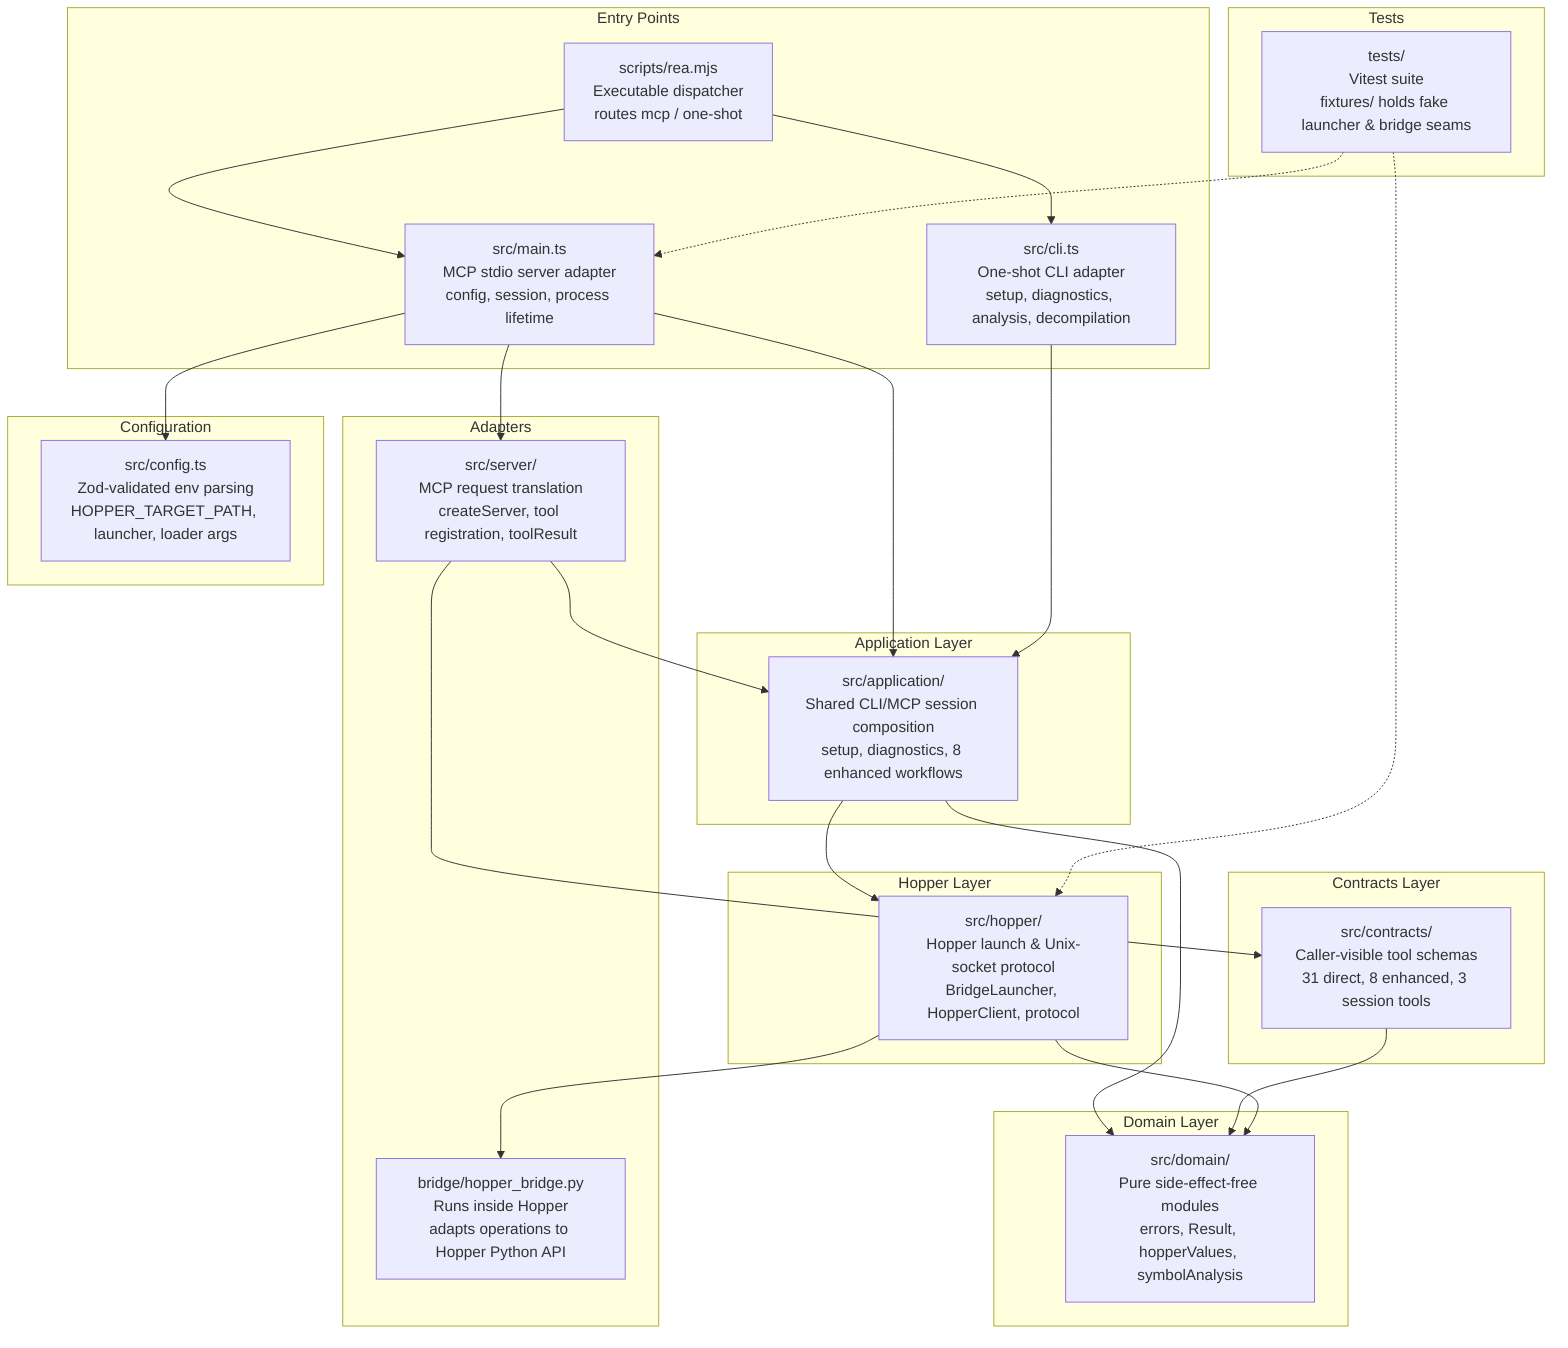
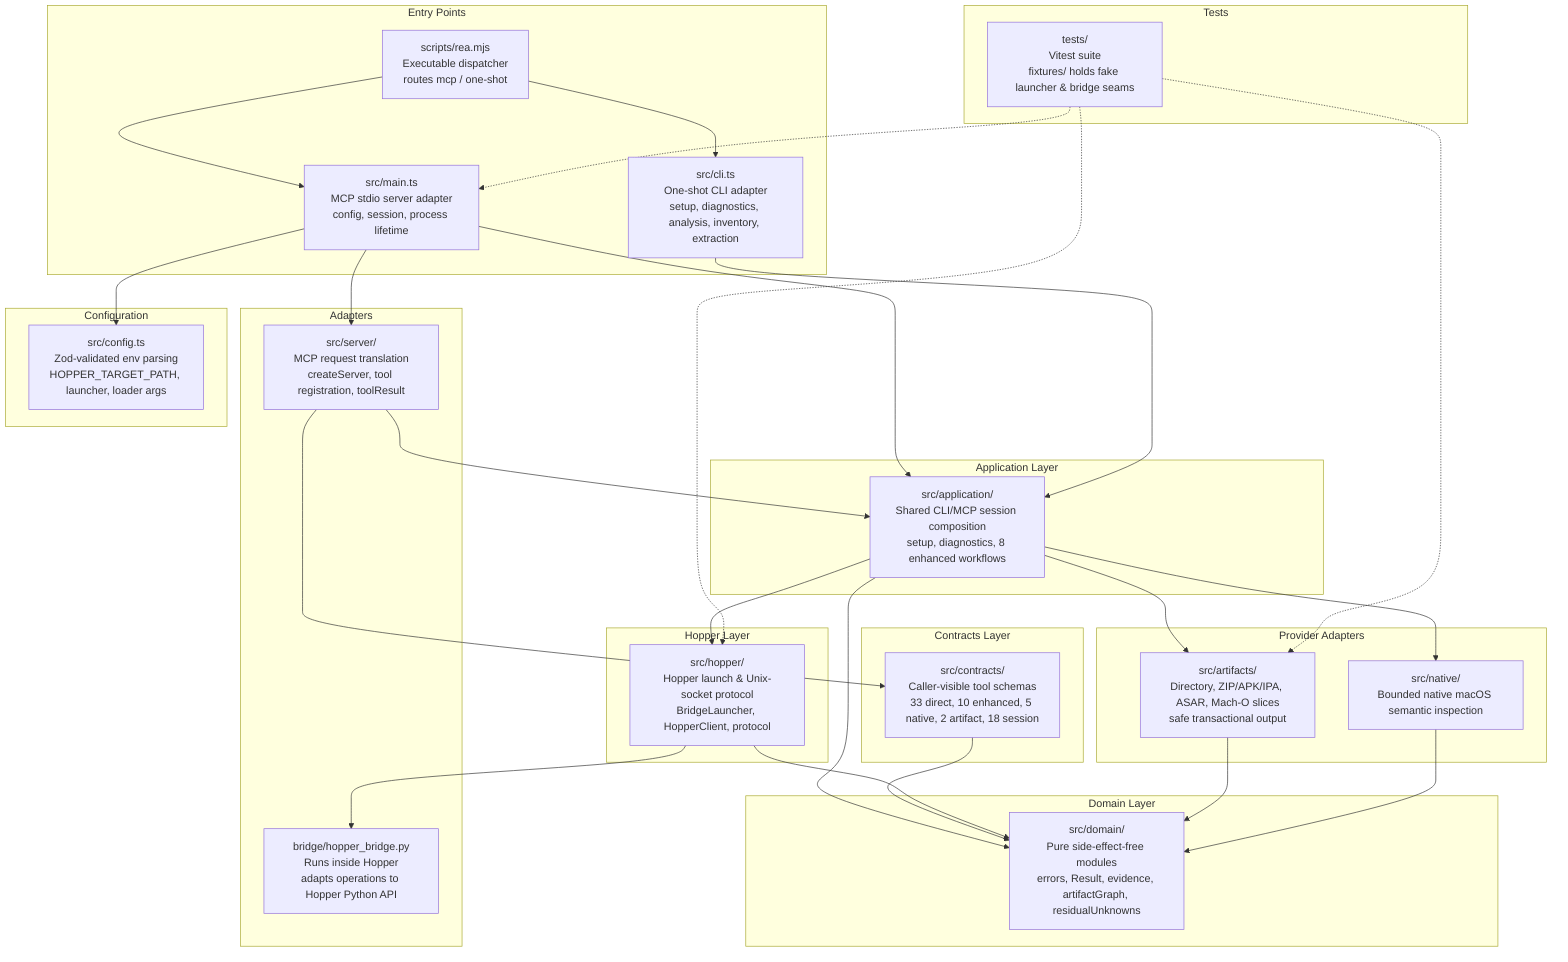
graph TD
    subgraph "Entry Points"
-         CLI["src/cli.ts<br/>One-shot CLI adapter<br/>setup, diagnostics, analysis, decompilation"]
+         CLI["src/cli.ts<br/>One-shot CLI adapter<br/>setup, diagnostics, analysis, inventory, extraction"]
        MAIN["src/main.ts<br/>MCP stdio server adapter<br/>config, session, process lifetime"]
        DISPATCH["scripts/rea.mjs<br/>Executable dispatcher<br/>routes mcp / one-shot"]
    end

    subgraph "Adapters"
        SERVER["src/server/<br/>MCP request translation<br/>createServer, tool registration, toolResult"]
        BRIDGE["bridge/hopper_bridge.py<br/>Runs inside Hopper<br/>adapts operations to Hopper Python API"]
    end

    subgraph "Application Layer"
        APP["src/application/<br/>Shared CLI/MCP session composition<br/>setup, diagnostics, 8 enhanced workflows"]
    end

    subgraph "Hopper Layer"
        HOPPER["src/hopper/<br/>Hopper launch & Unix-socket protocol<br/>BridgeLauncher, HopperClient, protocol"]
    end

+     subgraph "Provider Adapters"
+         ARTIFACTS["src/artifacts/<br/>Directory, ZIP/APK/IPA, ASAR, Mach-O slices<br/>safe transactional output"]
+         NATIVE["src/native/<br/>Bounded native macOS semantic inspection"]
+     end
+ 
    subgraph "Contracts Layer"
-         CONTRACTS["src/contracts/<br/>Caller-visible tool schemas<br/>31 direct, 8 enhanced, 3 session tools"]
+         CONTRACTS["src/contracts/<br/>Caller-visible tool schemas<br/>33 direct, 10 enhanced, 5 native, 2 artifact, 18 session"]
    end

    subgraph "Domain Layer"
-         DOMAIN["src/domain/<br/>Pure side-effect-free modules<br/>errors, Result, hopperValues, symbolAnalysis"]
+         DOMAIN["src/domain/<br/>Pure side-effect-free modules<br/>errors, Result, evidence, artifactGraph, residualUnknowns"]
    end

    subgraph "Configuration"
        CONFIG["src/config.ts<br/>Zod-validated env parsing<br/>HOPPER_TARGET_PATH, launcher, loader args"]
    end

    subgraph "Tests"
        TESTS["tests/<br/>Vitest suite<br/>fixtures/ holds fake launcher & bridge seams"]
    end

    DISPATCH --> CLI
    DISPATCH --> MAIN
    MAIN --> CONFIG
    MAIN --> SERVER
    MAIN --> APP
    CLI --> APP
    SERVER --> CONTRACTS
    SERVER --> APP
    APP --> HOPPER
+     APP --> ARTIFACTS
+     APP --> NATIVE
    HOPPER --> BRIDGE
    APP --> DOMAIN
    CONTRACTS --> DOMAIN
    HOPPER --> DOMAIN
+     ARTIFACTS --> DOMAIN
+     NATIVE --> DOMAIN
    TESTS -.-> MAIN
    TESTS -.-> HOPPER
+     TESTS -.-> ARTIFACTS
